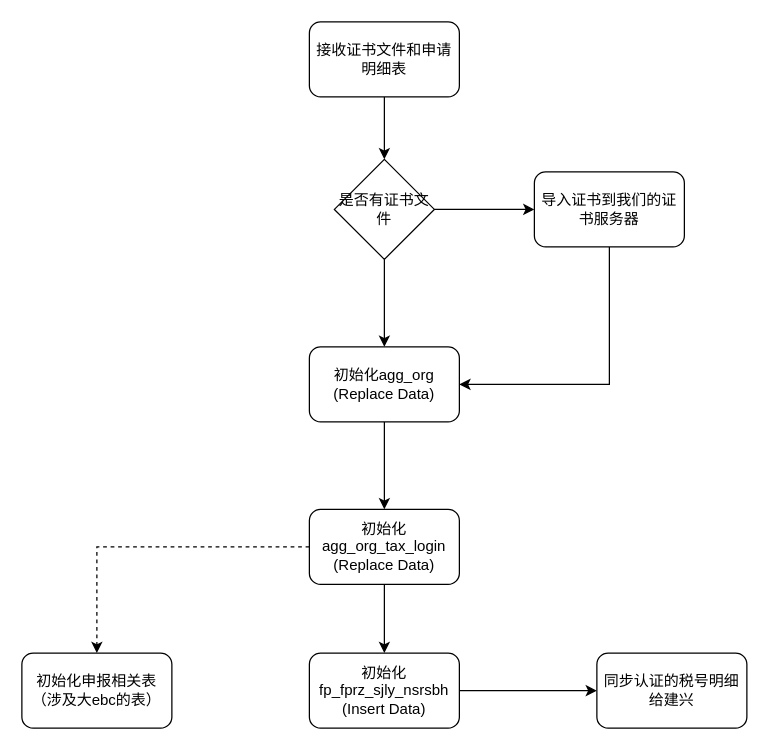
xingzhihe/hello-world keeps this draw.io diagram as 证书导入流程.drawio. Above is the earlier version. Source tidied: cells renumbered, new cells numbered last; positions are measured from the earlier drawing's top-left corner, leaving out a move shared by most shapes. Both pictures are drawn from the tidied source at 125%, with x=0, y=0 at pixel (21, 21).
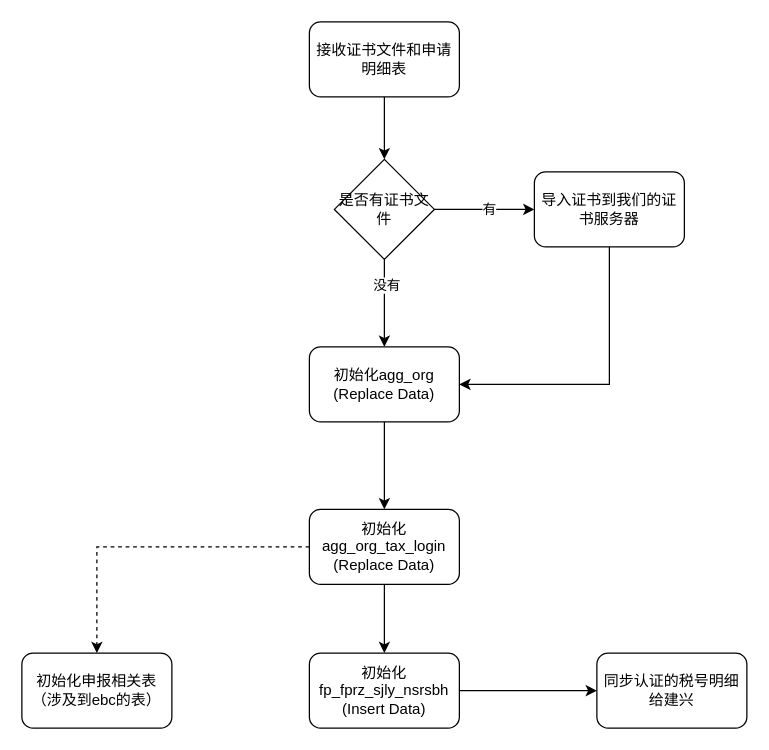
The same diagram, later.

Commit message:
更新证书导入流程.drawio

The change refers to these unchanged cells:
```xml
<mxCell id="2" style="edgeStyle=orthogonalEdgeStyle;rounded=0;jettySize=auto;html=1;" parent="1" edge="1" source="4" target="8">
  <mxGeometry relative="1" as="geometry" />
</mxCell>
<mxCell id="3" style="edgeStyle=orthogonalEdgeStyle;rounded=0;jettySize=auto;html=1;" parent="1" edge="1" source="4" target="9">
  <mxGeometry relative="1" as="geometry" />
</mxCell>
```

What changed in the source:
```diff
@@
+    <mxCell id="18" value="没有" style="edgeLabel;html=1;align=center;verticalAlign=middle;" parent="2" vertex="1">
+      <mxGeometry x="-0.42" y="1" relative="1" as="geometry" />
+    </mxCell>
@@
+    <mxCell id="19" value="有" style="edgeLabel;html=1;align=center;verticalAlign=middle;" parent="3" vertex="1">
+      <mxGeometry x="0.1" y="1" relative="1" as="geometry">
+        <mxPoint x="-1" as="offset" />
+      </mxGeometry>
+    </mxCell>
@@
-    <mxCell id="16" value="初始化申报相关表（涉及大ebc的表）" style="rounded=1;whiteSpace=wrap;html=1;" parent="1" vertex="1">
+    <mxCell id="16" value="初始化申报相关表（涉及到ebc的表）" style="rounded=1;whiteSpace=wrap;html=1;" parent="1" vertex="1">
       <mxGeometry y="505" width="120" height="60" as="geometry" />
     </mxCell>
```
